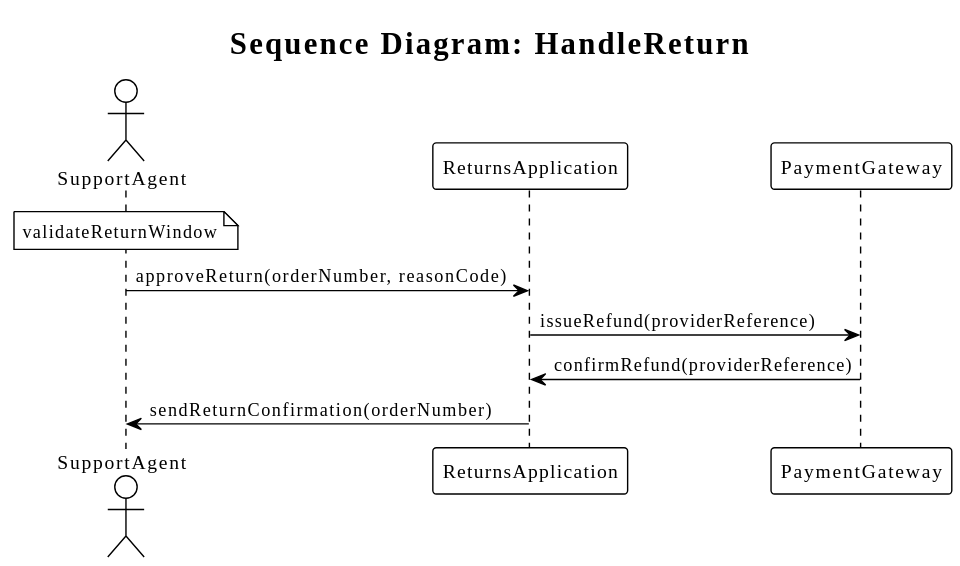
Above: examples/commerce-platform/generated/sequence/CommercePlatform_HandleReturn.sequence.svg in fredoslav2004/modt-core (PlantUML), before the change. The source it was exported from:
```plantuml
@startuml
title Sequence Diagram: HandleReturn
!theme plain
skinparam classAttributeIconSize 0
actor "SupportAgent" as Actor
participant "ReturnsApplication" as ReturnsApplication
participant "PaymentGateway" as PaymentGateway

note over Actor : validateReturnWindow
Actor -> ReturnsApplication : approveReturn(orderNumber, reasonCode)
ReturnsApplication -> PaymentGateway : issueRefund(providerReference)
PaymentGateway -> ReturnsApplication : confirmRefund(providerReference)
ReturnsApplication -> Actor : sendReturnConfirmation(orderNumber)
@enduml
```
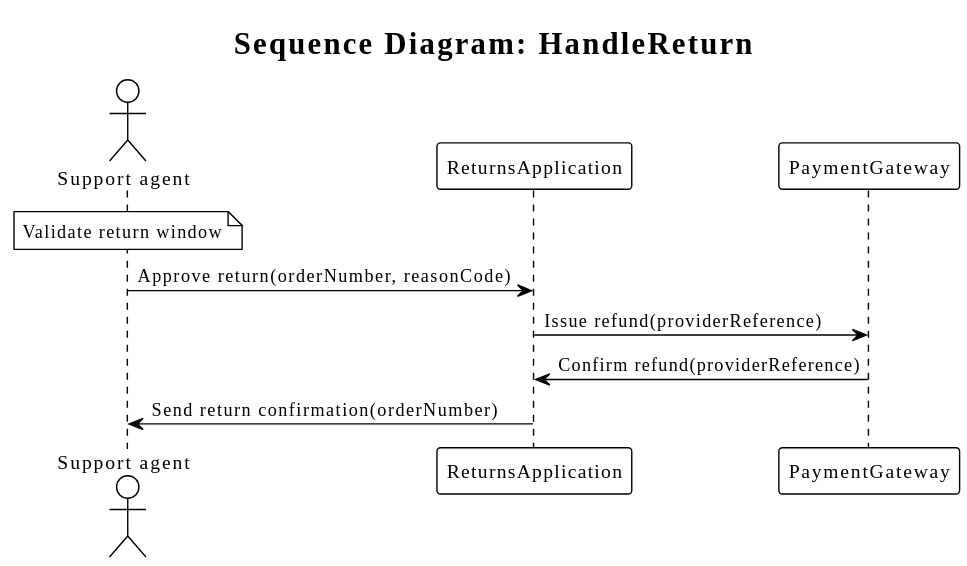
After the commit.

The edit, as a diff of the source:
```diff
@@ -2,13 +2,13 @@
 title Sequence Diagram: HandleReturn
 !theme plain
 skinparam classAttributeIconSize 0
-actor "SupportAgent" as Actor
+actor "Support agent" as Actor
 participant "ReturnsApplication" as ReturnsApplication
 participant "PaymentGateway" as PaymentGateway
 
-note over Actor : validateReturnWindow
-Actor -> ReturnsApplication : approveReturn(orderNumber, reasonCode)
-ReturnsApplication -> PaymentGateway : issueRefund(providerReference)
-PaymentGateway -> ReturnsApplication : confirmRefund(providerReference)
-ReturnsApplication -> Actor : sendReturnConfirmation(orderNumber)
+note over Actor : Validate return window
+Actor -> ReturnsApplication : Approve return(orderNumber, reasonCode)
+ReturnsApplication -> PaymentGateway : Issue refund(providerReference)
+PaymentGateway -> ReturnsApplication : Confirm refund(providerReference)
+ReturnsApplication -> Actor : Send return confirmation(orderNumber)
 @enduml
```
